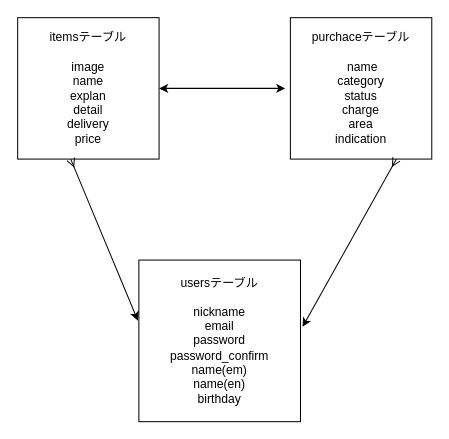
Before: ER.dio in pochi13/furima-36385, a draw.io diagram. Source tidied: cells renumbered, new cells numbered last; positions are measured from the earlier drawing's top-left corner, leaving out a move shared by most shapes. Both pictures are drawn from the tidied source at 101%, with x=0, y=0 at pixel (17, 17).
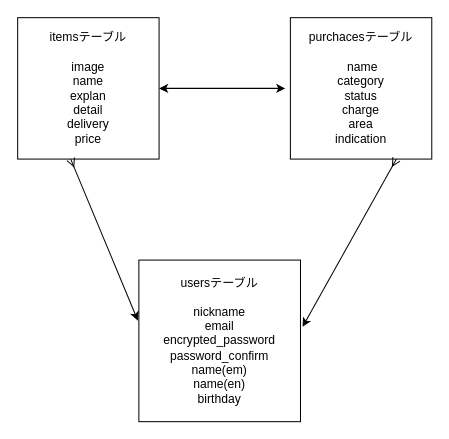
The same diagram, later.

Diff of the diagram source:
```diff
@@
 <mxGraphModel>
   <root>
     <mxCell id="0" />
     <mxCell id="1" parent="0" />
     <mxCell id="2" value="itemsテーブル&lt;br&gt;&lt;br&gt;image&lt;br&gt;name&lt;br&gt;explan&lt;br&gt;detail&lt;br&gt;delivery&lt;br&gt;price&lt;br&gt;" style="whiteSpace=wrap;html=1;" parent="1" vertex="1">
       <mxGeometry width="140" height="140" as="geometry" />
     </mxCell>
-    <mxCell id="3" value="usersテーブル&lt;br&gt;&lt;br&gt;nickname&lt;br&gt;email&lt;br&gt;password&lt;br&gt;password_confirm&lt;br&gt;name(em)&lt;br&gt;name(en)&lt;br&gt;birthday" style="whiteSpace=wrap;html=1;" parent="1" vertex="1">
+    <mxCell id="3" value="usersテーブル&lt;br&gt;&lt;br&gt;nickname&lt;br&gt;email&lt;br&gt;encrypted_password&lt;br&gt;password_confirm&lt;br&gt;name(em)&lt;br&gt;name(en)&lt;br&gt;birthday" style="whiteSpace=wrap;html=1;" parent="1" vertex="1">
       <mxGeometry x="120" y="240" width="160" height="160" as="geometry" />
     </mxCell>
-    <mxCell id="4" value="purchaceテーブル&lt;br&gt;&lt;br&gt;&amp;nbsp;name&lt;br&gt;category&lt;br&gt;status&lt;br&gt;charge&lt;br&gt;area&lt;br&gt;indication" style="whiteSpace=wrap;html=1;" parent="1" vertex="1">
+    <mxCell id="4" value="purchacesテーブル&lt;br&gt;&lt;br&gt;&amp;nbsp;name&lt;br&gt;category&lt;br&gt;status&lt;br&gt;charge&lt;br&gt;area&lt;br&gt;indication" style="whiteSpace=wrap;html=1;" parent="1" vertex="1">
       <mxGeometry x="270" width="140" height="140" as="geometry" />
     </mxCell>
     <mxCell id="5" style="endArrow=classic;startArrow=ERmany;html=1;entryX=-0.006;entryY=0.375;entryDx=0;entryDy=0;entryPerimeter=0;exitX=0.375;exitY=1;exitDx=0;exitDy=0;exitPerimeter=0;sourcePerimeterSpacing=0;startFill=0;" parent="1" edge="1" source="2" target="3">
       <mxGeometry relative="1" as="geometry" />
     </mxCell>
     <mxCell id="6" style="endArrow=classic;startArrow=ERmany;html=1;exitX=0.75;exitY=1;exitDx=0;exitDy=0;entryX=1.013;entryY=0.413;entryDx=0;entryDy=0;startFill=0;entryPerimeter=0;" parent="1" edge="1" source="4" target="3">
       <mxGeometry relative="1" as="geometry" />
     </mxCell>
     <mxCell id="7" style="endArrow=classic;startArrow=classic;html=1;exitX=1;exitY=0.5;exitDx=0;exitDy=0;" parent="1" edge="1" source="2">
       <mxGeometry relative="1" as="geometry">
         <mxPoint x="265" y="70" as="targetPoint" />
       </mxGeometry>
     </mxCell>
   </root>
 </mxGraphModel>
```
